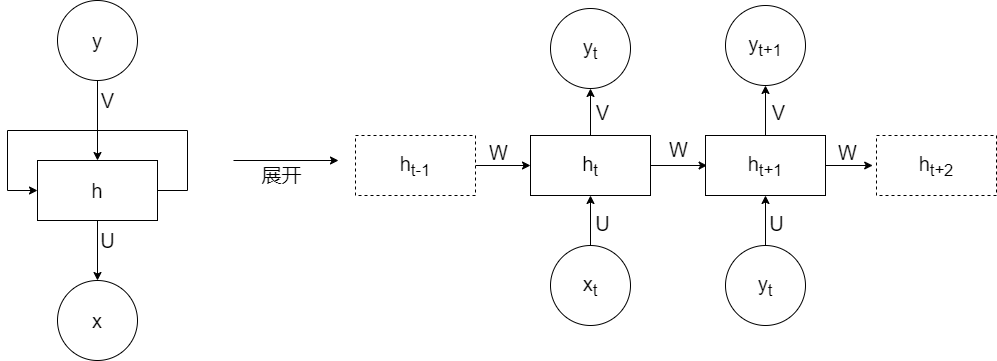
Earlier version of the draw.io export rnn-structure.drawio.png (lakomi/pictures). Source tidied: cells renumbered, new cells last; positions are measured from the earlier drawing's top-left corner, leaving out a move shared by most shapes.
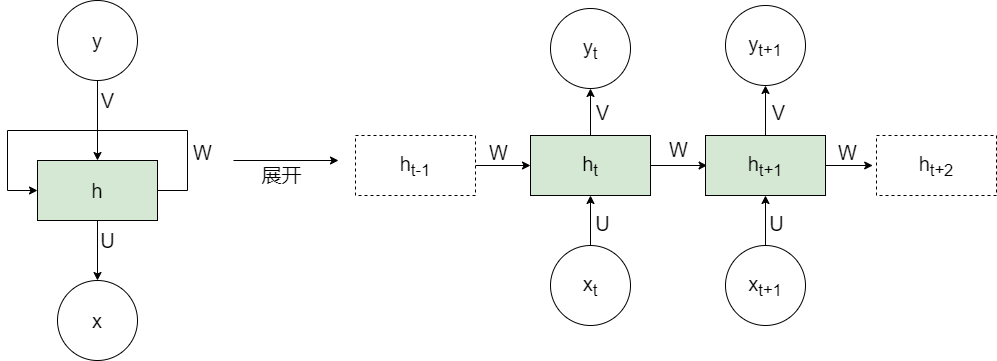
The same diagram one commit later.

The edit, as a diff of the source:
```diff
@@ -13,7 +13,7 @@
     <mxCell id="4" style="edgeStyle=orthogonalEdgeStyle;rounded=0;jettySize=auto;html=1;" parent="1" edge="1" source="5" target="6">
       <mxGeometry relative="1" as="geometry" />
     </mxCell>
-    <mxCell id="5" value="&lt;font style=&quot;font-size: 20px&quot;&gt;h&lt;/font&gt;" style="rounded=0;whiteSpace=wrap;html=1;" parent="1" vertex="1">
+    <mxCell id="5" value="&lt;font style=&quot;font-size: 20px&quot;&gt;h&lt;/font&gt;" style="rounded=0;whiteSpace=wrap;html=1;fillColor=#d5e8d4;strokeColor=#000000;" parent="1" vertex="1">
       <mxGeometry x="30" y="160" width="120" height="60" as="geometry" />
     </mxCell>
     <mxCell id="6" value="&lt;font style=&quot;font-size: 20px&quot;&gt;x&lt;/font&gt;" style="ellipse;whiteSpace=wrap;html=1;strokeWidth=1;" parent="1" vertex="1">
@@ -52,7 +52,7 @@
     <mxCell id="13" style="edgeStyle=orthogonalEdgeStyle;rounded=0;jettySize=auto;html=1;exitX=0.5;exitY=0;exitDx=0;exitDy=0;fontSize=20;entryX=0.5;entryY=1;entryDx=0;entryDy=0;" parent="1" edge="1" source="14" target="20">
       <mxGeometry relative="1" as="geometry" />
     </mxCell>
-    <mxCell id="14" value="h&lt;sub&gt;t&lt;/sub&gt;" style="rounded=0;whiteSpace=wrap;html=1;fontSize=20;strokeWidth=1;" parent="1" vertex="1">
+    <mxCell id="14" value="h&lt;sub&gt;t&lt;/sub&gt;" style="rounded=0;whiteSpace=wrap;html=1;fontSize=20;strokeWidth=1;fillColor=#d5e8d4;strokeColor=#000000;" parent="1" vertex="1">
       <mxGeometry x="523" y="135" width="120" height="60" as="geometry" />
     </mxCell>
     <mxCell id="15" style="edgeStyle=orthogonalEdgeStyle;rounded=0;jettySize=auto;html=1;exitX=1;exitY=0.5;exitDx=0;exitDy=0;fontSize=20;" parent="1" edge="1" source="16" target="14">
@@ -69,7 +69,7 @@
         <mxPoint x="865.2" y="165" as="targetPoint" />
       </mxGeometry>
     </mxCell>
-    <mxCell id="19" value="h&lt;sub&gt;t+1&lt;/sub&gt;" style="rounded=0;whiteSpace=wrap;html=1;fontSize=20;strokeWidth=1;" parent="1" vertex="1">
+    <mxCell id="19" value="h&lt;sub&gt;t+1&lt;/sub&gt;" style="rounded=0;whiteSpace=wrap;html=1;fontSize=20;strokeWidth=1;fillColor=#d5e8d4;strokeColor=#000000;" parent="1" vertex="1">
       <mxGeometry x="698" y="135" width="120" height="60" as="geometry" />
     </mxCell>
     <mxCell id="20" value="y&lt;sub&gt;t&lt;br&gt;&lt;/sub&gt;" style="ellipse;whiteSpace=wrap;html=1;fontSize=20;strokeWidth=1;" parent="1" vertex="1">
@@ -87,7 +87,7 @@
     <mxCell id="24" style="edgeStyle=orthogonalEdgeStyle;rounded=0;jettySize=auto;html=1;exitX=0.5;exitY=0;exitDx=0;exitDy=0;entryX=0.5;entryY=1;entryDx=0;entryDy=0;fontSize=20;" parent="1" edge="1" source="25" target="19">
       <mxGeometry relative="1" as="geometry" />
     </mxCell>
-    <mxCell id="25" value="y&lt;sub&gt;t&lt;br&gt;&lt;/sub&gt;" style="ellipse;whiteSpace=wrap;html=1;fontSize=20;strokeWidth=1;" parent="1" vertex="1">
+    <mxCell id="25" value="x&lt;sub&gt;t+1&lt;/sub&gt;" style="ellipse;whiteSpace=wrap;html=1;fontSize=20;strokeWidth=1;" parent="1" vertex="1">
       <mxGeometry x="718" y="245" width="80" height="80" as="geometry" />
     </mxCell>
     <mxCell id="26" value="h&lt;sub&gt;t+2&lt;/sub&gt;" style="rounded=0;whiteSpace=wrap;html=1;dashed=1;fontSize=20;strokeWidth=1;" parent="1" vertex="1">
@@ -114,5 +114,8 @@
     <mxCell id="33" value="W" style="text;html=1;align=center;verticalAlign=middle;strokeColor=none;fillColor=none;fontSize=20;" parent="1" vertex="1">
       <mxGeometry x="825" y="138" width="29" height="28" as="geometry" />
     </mxCell>
+    <mxCell id="34" value="W" style="text;html=1;align=center;verticalAlign=middle;strokeColor=none;fillColor=none;fontSize=20;" parent="1" vertex="1">
+      <mxGeometry x="180" y="138" width="29" height="28" as="geometry" />
+    </mxCell>
   </root>
 </mxGraphModel>
```
